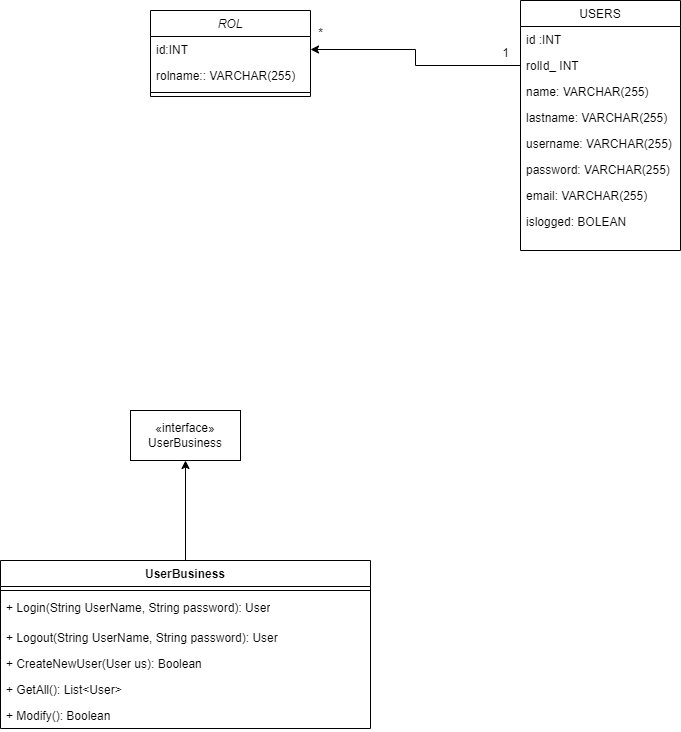
The draw.io diagram Server/UML.png in LeithOscar/InformaViesCat, before a commit. Source tidied: cells renumbered, new cells last; positions are measured from the earlier drawing's top-left corner, leaving out a move shared by most shapes.
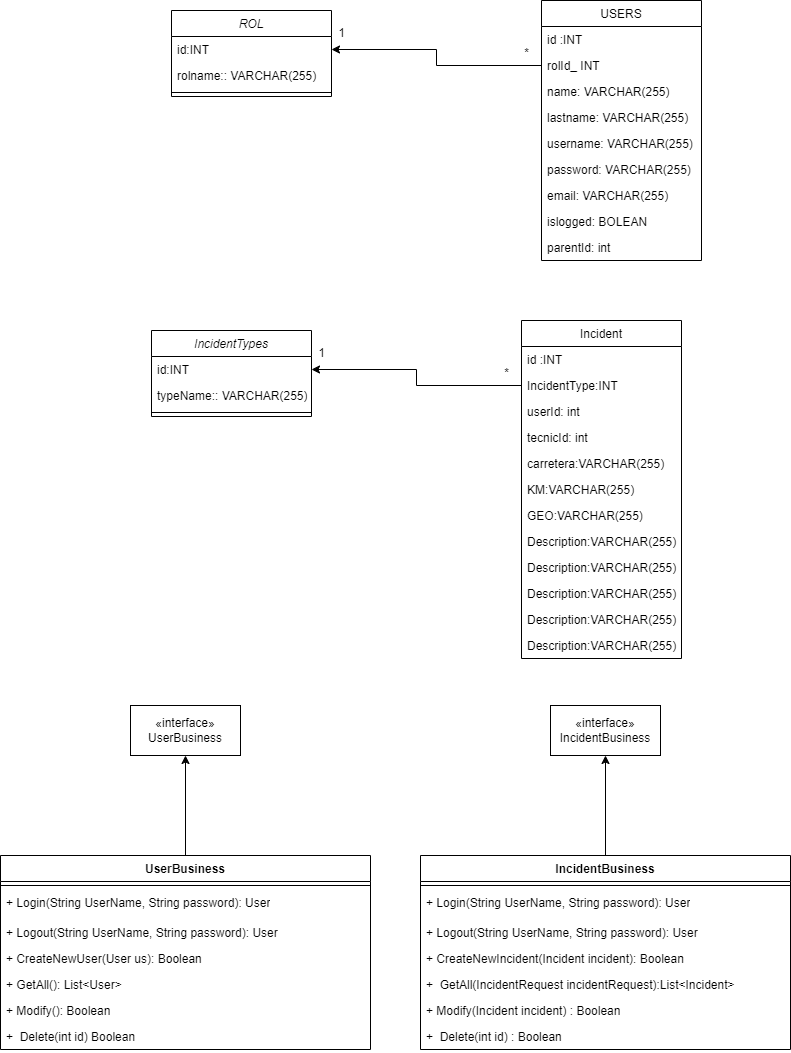
Later version of the same file.

What changed in the source:
```diff
@@ -18,7 +18,7 @@
       <mxGeometry relative="1" as="geometry" />
     </mxCell>
     <mxCell id="7" value="USERS" style="swimlane;fontStyle=0;align=center;verticalAlign=top;horizontal=1;startSize=26;rounded=0;shadow=0;strokeWidth=1;" parent="1" vertex="1">
-      <mxGeometry x="520" width="160" height="250" as="geometry" />
+      <mxGeometry x="520" width="160" height="260" as="geometry" />
     </mxCell>
     <mxCell id="8" value="id :INT" style="text;align=left;verticalAlign=top;spacingLeft=4;spacingRight=4;overflow=hidden;" parent="7" vertex="1">
       <mxGeometry y="26" width="160" height="26" as="geometry" />
@@ -44,17 +44,20 @@
     <mxCell id="15" value="islogged: BOLEAN" style="text;align=left;verticalAlign=top;spacingLeft=4;spacingRight=4;overflow=hidden;rounded=0;shadow=0;html=0;" parent="7" vertex="1">
       <mxGeometry y="208" width="160" height="26" as="geometry" />
     </mxCell>
+    <mxCell id="27" value="parentId: int" style="text;align=left;verticalAlign=top;spacingLeft=4;spacingRight=4;overflow=hidden;rounded=0;shadow=0;html=0;" parent="7" vertex="1">
+      <mxGeometry y="234" width="160" height="26" as="geometry" />
+    </mxCell>
-    <mxCell id="16" value="*" style="text;html=1;align=center;verticalAlign=middle;strokeColor=none;fillColor=none;" parent="1" vertex="1">
+    <mxCell id="16" value="1" style="text;html=1;align=center;verticalAlign=middle;strokeColor=none;fillColor=none;" parent="1" vertex="1">
       <mxGeometry x="305" y="18" width="30" height="30" as="geometry" />
     </mxCell>
-    <mxCell id="17" value="1" style="text;html=1;align=center;verticalAlign=middle;strokeColor=none;fillColor=none;" parent="1" vertex="1">
+    <mxCell id="17" value="*" style="text;html=1;align=center;verticalAlign=middle;strokeColor=none;fillColor=none;" parent="1" vertex="1">
       <mxGeometry x="490" y="38" width="30" height="30" as="geometry" />
     </mxCell>
     <mxCell id="18" style="edgeStyle=orthogonalEdgeStyle;rounded=0;jettySize=auto;html=1;exitX=0.5;exitY=0;exitDx=0;exitDy=0;" parent="1" edge="1" source="19" target="26">
       <mxGeometry relative="1" as="geometry" />
     </mxCell>
     <mxCell id="19" value="UserBusiness" style="swimlane;fontStyle=1;align=center;verticalAlign=top;horizontal=1;startSize=26;whiteSpace=wrap;html=1;" parent="1" vertex="1">
-      <mxGeometry y="560" width="370" height="168" as="geometry" />
+      <mxGeometry x="-21" y="855" width="370" height="194" as="geometry" />
     </mxCell>
     <mxCell id="20" style="line;strokeWidth=1;fillColor=none;align=left;verticalAlign=middle;spacingTop=-1;spacingLeft=3;spacingRight=3;labelPosition=right;strokeColor=inherit;" parent="19" vertex="1">
       <mxGeometry y="26" width="370" height="8" as="geometry" />
@@ -74,8 +77,101 @@
     <mxCell id="25" value="+ Modify(): Boolean" style="text;strokeColor=none;fillColor=none;align=left;verticalAlign=top;spacingLeft=4;spacingRight=4;overflow=hidden;whiteSpace=wrap;html=1;" parent="19" vertex="1">
       <mxGeometry y="142" width="370" height="26" as="geometry" />
     </mxCell>
+    <mxCell id="28" value="+ &amp;nbsp;Delete(int id) Boolean" style="text;strokeColor=none;fillColor=none;align=left;verticalAlign=top;spacingLeft=4;spacingRight=4;overflow=hidden;whiteSpace=wrap;html=1;" parent="19" vertex="1">
+      <mxGeometry y="168" width="370" height="26" as="geometry" />
+    </mxCell>
     <mxCell id="26" value="«interface»&lt;br&gt;UserBusiness" style="html=1;whiteSpace=wrap;" parent="1" vertex="1">
-      <mxGeometry x="130" y="410" width="110" height="50" as="geometry" />
+      <mxGeometry x="109" y="705" width="110" height="50" as="geometry" />
     </mxCell>
+    <mxCell id="29" style="edgeStyle=orthogonalEdgeStyle;rounded=0;jettySize=auto;html=1;exitX=0.5;exitY=0;exitDx=0;exitDy=0;" parent="1" edge="1" source="30" target="38">
+      <mxGeometry relative="1" as="geometry" />
+    </mxCell>
+    <mxCell id="30" value="IncidentBusiness" style="swimlane;fontStyle=1;align=center;verticalAlign=top;horizontal=1;startSize=26;whiteSpace=wrap;html=1;" parent="1" vertex="1">
+      <mxGeometry x="399" y="855" width="370" height="194" as="geometry" />
+    </mxCell>
+    <mxCell id="31" style="line;strokeWidth=1;fillColor=none;align=left;verticalAlign=middle;spacingTop=-1;spacingLeft=3;spacingRight=3;labelPosition=right;strokeColor=inherit;" parent="30" vertex="1">
+      <mxGeometry y="26" width="370" height="8" as="geometry" />
+    </mxCell>
+    <mxCell id="32" value="+ Login(String UserName, String password): User" style="text;strokeColor=none;fillColor=none;align=left;verticalAlign=top;spacingLeft=4;spacingRight=4;overflow=hidden;whiteSpace=wrap;html=1;" parent="30" vertex="1">
+      <mxGeometry y="34" width="370" height="30" as="geometry" />
+    </mxCell>
+    <mxCell id="33" value="+ Logout(String UserName, String password): User" style="text;strokeColor=none;fillColor=none;align=left;verticalAlign=top;spacingLeft=4;spacingRight=4;overflow=hidden;whiteSpace=wrap;html=1;" parent="30" vertex="1">
+      <mxGeometry y="64" width="370" height="26" as="geometry" />
+    </mxCell>
+    <mxCell id="34" value="+ CreateNewIncident(Incident incident): Boolean" style="text;strokeColor=none;fillColor=none;align=left;verticalAlign=top;spacingLeft=4;spacingRight=4;overflow=hidden;whiteSpace=wrap;html=1;" parent="30" vertex="1">
+      <mxGeometry y="90" width="370" height="26" as="geometry" />
+    </mxCell>
+    <mxCell id="35" value="+&amp;nbsp; GetAll(IncidentRequest incidentRequest):List&amp;lt;Incident&amp;gt;" style="text;strokeColor=none;fillColor=none;align=left;verticalAlign=top;spacingLeft=4;spacingRight=4;overflow=hidden;whiteSpace=wrap;html=1;" parent="30" vertex="1">
+      <mxGeometry y="116" width="370" height="26" as="geometry" />
+    </mxCell>
+    <mxCell id="36" value="+ Modify(Incident incident)&amp;nbsp;: Boolean" style="text;strokeColor=none;fillColor=none;align=left;verticalAlign=top;spacingLeft=4;spacingRight=4;overflow=hidden;whiteSpace=wrap;html=1;" parent="30" vertex="1">
+      <mxGeometry y="142" width="370" height="26" as="geometry" />
+    </mxCell>
+    <mxCell id="37" value="+ &amp;nbsp;Delete(int id)&amp;nbsp;: Boolean" style="text;strokeColor=none;fillColor=none;align=left;verticalAlign=top;spacingLeft=4;spacingRight=4;overflow=hidden;whiteSpace=wrap;html=1;" parent="30" vertex="1">
+      <mxGeometry y="168" width="370" height="26" as="geometry" />
+    </mxCell>
+    <mxCell id="38" value="«interface»&lt;br&gt;IncidentBusiness" style="html=1;whiteSpace=wrap;" parent="1" vertex="1">
+      <mxGeometry x="529" y="705" width="110" height="50" as="geometry" />
+    </mxCell>
+    <mxCell id="39" value="IncidentTypes" style="swimlane;fontStyle=2;align=center;verticalAlign=top;horizontal=1;startSize=26;rounded=0;shadow=0;strokeWidth=1;" parent="1" vertex="1">
+      <mxGeometry x="130" y="330" width="160" height="86" as="geometry" />
+    </mxCell>
+    <mxCell id="40" value="id:INT" style="text;align=left;verticalAlign=top;spacingLeft=4;spacingRight=4;overflow=hidden;points=[[0,0.5],[1,0.5]];portConstraint=eastwest;" parent="39" vertex="1">
+      <mxGeometry y="26" width="160" height="26" as="geometry" />
+    </mxCell>
+    <mxCell id="41" value="typeName:: VARCHAR(255)" style="text;align=left;verticalAlign=top;spacingLeft=4;spacingRight=4;overflow=hidden;rounded=0;shadow=0;html=0;" parent="39" vertex="1">
+      <mxGeometry y="52" width="160" height="26" as="geometry" />
+    </mxCell>
+    <mxCell id="42" style="line;html=1;strokeWidth=1;align=left;verticalAlign=middle;spacingTop=-1;spacingLeft=3;spacingRight=3;labelPosition=right;" parent="39" vertex="1">
+      <mxGeometry y="78" width="160" height="8" as="geometry" />
+    </mxCell>
+    <mxCell id="43" style="edgeStyle=orthogonalEdgeStyle;rounded=0;jettySize=auto;html=1;entryX=1;entryY=0.5;entryDx=0;entryDy=0;exitX=0;exitY=0.5;exitDx=0;exitDy=0;" parent="1" edge="1" source="46" target="40">
+      <mxGeometry relative="1" as="geometry" />
+    </mxCell>
+    <mxCell id="44" value="Incident" style="swimlane;fontStyle=0;align=center;verticalAlign=top;horizontal=1;startSize=26;rounded=0;shadow=0;strokeWidth=1;" parent="1" vertex="1">
+      <mxGeometry x="500" y="320" width="160" height="338" as="geometry" />
+    </mxCell>
+    <mxCell id="45" value="id :INT" style="text;align=left;verticalAlign=top;spacingLeft=4;spacingRight=4;overflow=hidden;" parent="44" vertex="1">
+      <mxGeometry y="26" width="160" height="26" as="geometry" />
+    </mxCell>
+    <mxCell id="46" value="IncidentType:INT" style="text;align=left;verticalAlign=top;spacingLeft=4;spacingRight=4;overflow=hidden;points=[[0,0.5],[1,0.5]];portConstraint=eastwest;rounded=0;shadow=0;html=0;" parent="44" vertex="1">
+      <mxGeometry y="52" width="160" height="26" as="geometry" />
+    </mxCell>
+    <mxCell id="47" value="userId: int" style="text;align=left;verticalAlign=top;spacingLeft=4;spacingRight=4;overflow=hidden;rounded=0;shadow=0;html=0;" parent="44" vertex="1">
+      <mxGeometry y="78" width="160" height="26" as="geometry" />
+    </mxCell>
+    <mxCell id="48" value="tecnicId: int" style="text;align=left;verticalAlign=top;spacingLeft=4;spacingRight=4;overflow=hidden;rounded=0;shadow=0;html=0;" parent="44" vertex="1">
+      <mxGeometry y="104" width="160" height="26" as="geometry" />
+    </mxCell>
+    <mxCell id="49" value="carretera:VARCHAR(255)" style="text;align=left;verticalAlign=top;spacingLeft=4;spacingRight=4;overflow=hidden;rounded=0;shadow=0;html=0;" parent="44" vertex="1">
+      <mxGeometry y="130" width="160" height="26" as="geometry" />
+    </mxCell>
+    <mxCell id="50" value="KM:VARCHAR(255)" style="text;align=left;verticalAlign=top;spacingLeft=4;spacingRight=4;overflow=hidden;rounded=0;shadow=0;html=0;" parent="44" vertex="1">
+      <mxGeometry y="156" width="160" height="26" as="geometry" />
+    </mxCell>
+    <mxCell id="51" value="GEO:VARCHAR(255)" style="text;align=left;verticalAlign=top;spacingLeft=4;spacingRight=4;overflow=hidden;rounded=0;shadow=0;html=0;" parent="44" vertex="1">
+      <mxGeometry y="182" width="160" height="26" as="geometry" />
+    </mxCell>
+    <mxCell id="52" value="Description:VARCHAR(255)" style="text;align=left;verticalAlign=top;spacingLeft=4;spacingRight=4;overflow=hidden;rounded=0;shadow=0;html=0;" parent="44" vertex="1">
+      <mxGeometry y="208" width="160" height="26" as="geometry" />
+    </mxCell>
+    <mxCell id="53" value="Description:VARCHAR(255)" style="text;align=left;verticalAlign=top;spacingLeft=4;spacingRight=4;overflow=hidden;rounded=0;shadow=0;html=0;" parent="44" vertex="1">
+      <mxGeometry y="234" width="160" height="26" as="geometry" />
+    </mxCell>
+    <mxCell id="54" value="Description:VARCHAR(255)" style="text;align=left;verticalAlign=top;spacingLeft=4;spacingRight=4;overflow=hidden;rounded=0;shadow=0;html=0;" parent="44" vertex="1">
+      <mxGeometry y="260" width="160" height="26" as="geometry" />
+    </mxCell>
+    <mxCell id="55" value="Description:VARCHAR(255)" style="text;align=left;verticalAlign=top;spacingLeft=4;spacingRight=4;overflow=hidden;rounded=0;shadow=0;html=0;" parent="44" vertex="1">
+      <mxGeometry y="286" width="160" height="26" as="geometry" />
+    </mxCell>
+    <mxCell id="56" value="Description:VARCHAR(255)" style="text;align=left;verticalAlign=top;spacingLeft=4;spacingRight=4;overflow=hidden;rounded=0;shadow=0;html=0;" parent="44" vertex="1">
+      <mxGeometry y="312" width="160" height="26" as="geometry" />
+    </mxCell>
+    <mxCell id="57" value="1" style="text;html=1;align=center;verticalAlign=middle;strokeColor=none;fillColor=none;" parent="1" vertex="1">
+      <mxGeometry x="285" y="338" width="30" height="30" as="geometry" />
+    </mxCell>
+    <mxCell id="58" value="*" style="text;html=1;align=center;verticalAlign=middle;strokeColor=none;fillColor=none;" parent="1" vertex="1">
+      <mxGeometry x="470" y="358" width="30" height="30" as="geometry" />
+    </mxCell>
   </root>
 </mxGraphModel>
```
